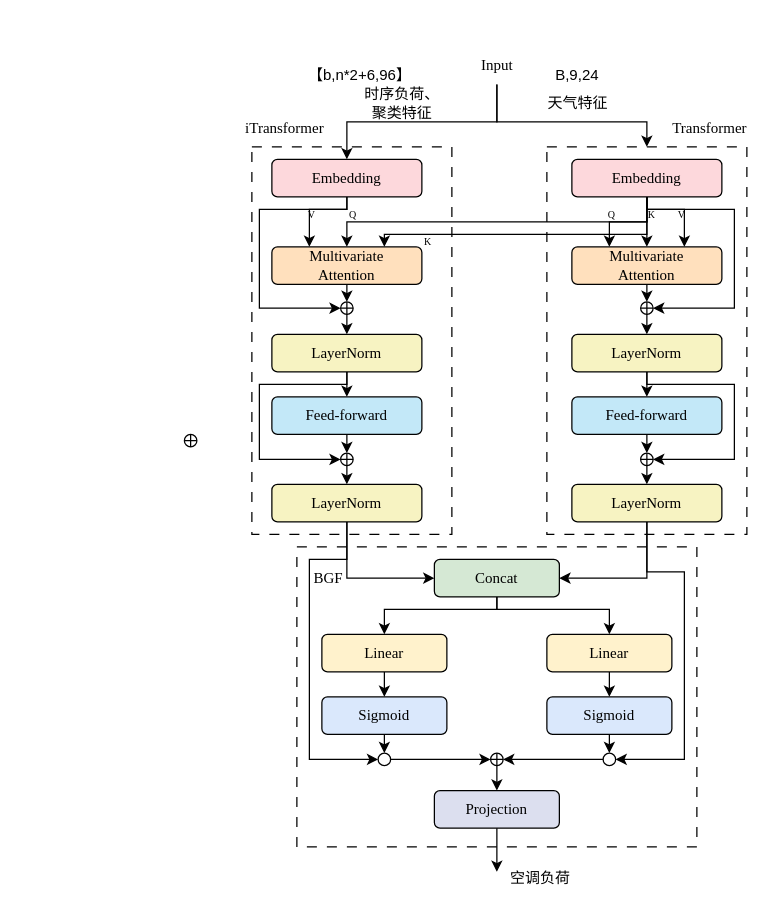
Arete-FFF/PicGo keeps this draw.io diagram as Draw.io/研究生毕设/混合 itransformer 模型.drawio. Above is the earlier version. Source tidied: cells renumbered, new cells numbered last; positions are measured from the earlier drawing's top-left corner, leaving out a move shared by most shapes. Both pictures are drawn from the tidied source at 125%, with x=0, y=0 at pixel (21, 21).
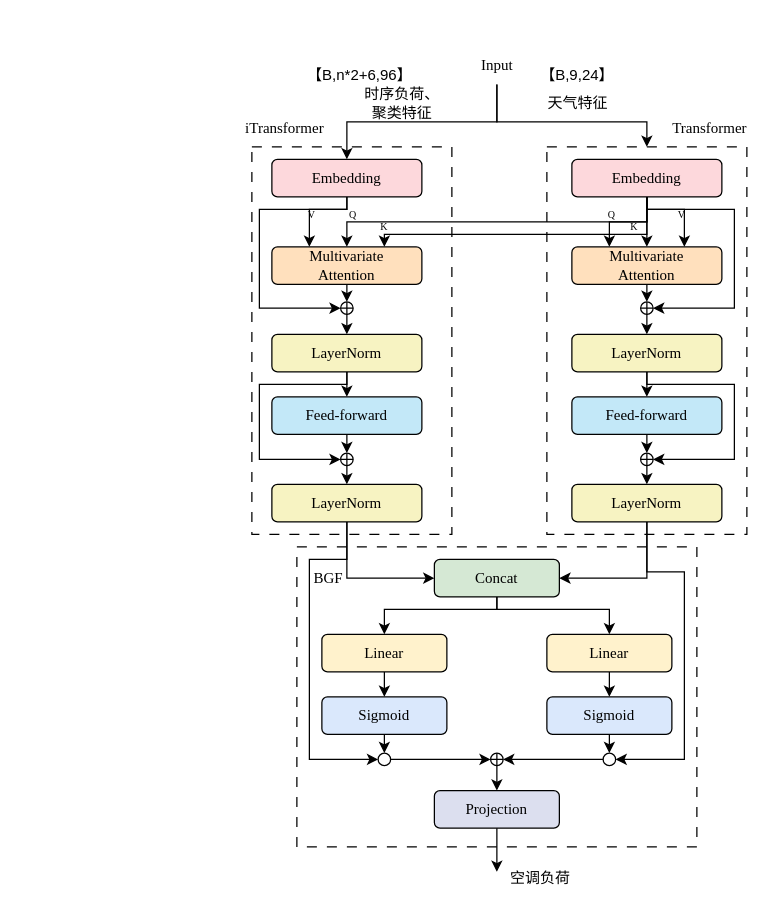
Above is the later version.

Commit message (it also covers changes not shown here):
更新混合 itransformer 模型.drawio

What changed in the source:
```diff
@@
     <mxCell id="9" value="&lt;span style=&quot;font-size: 8px;&quot;&gt;K&lt;/span&gt;" style="text;html=1;align=center;verticalAlign=middle;whiteSpace=wrap;rounded=0;fontFamily=Times New Roman;" parent="1" vertex="1">
-      <mxGeometry x="320" y="170" width="10" height="10" as="geometry" />
+      <mxGeometry x="285" y="158" width="10" height="10" as="geometry" />
     </mxCell>
@@
-    <mxCell id="27" style="group;fontFamily=Times New Roman;" parent="1" vertex="1">
-      <mxGeometry x="130" y="330" width="10" height="10" as="geometry" />
-    </mxCell>
-    <mxCell id="28" style="ellipse;whiteSpace=wrap;html=1;fillColor=none;fontFamily=Times New Roman;" parent="27" vertex="1">
-      <mxGeometry width="10" height="10" as="geometry" />
-    </mxCell>
-    <mxCell id="29" style="endArrow=none;html=1;rounded=0;exitX=0;exitY=0.5;exitDx=0;exitDy=0;fontFamily=Times New Roman;" parent="27" edge="1" source="28">
-      <mxGeometry relative="1" as="geometry">
-        <mxPoint x="10" y="5" as="targetPoint" />
-      </mxGeometry>
-    </mxCell>
-    <mxCell id="30" style="endArrow=none;html=1;rounded=0;entryX=0.5;entryY=0;entryDx=0;entryDy=0;exitX=0.5;exitY=1;exitDx=0;exitDy=0;fontFamily=Times New Roman;" parent="27" edge="1" source="28" target="28">
-      <mxGeometry relative="1" as="geometry" />
-    </mxCell>
@@
     <mxCell id="58" value="&lt;span style=&quot;font-size: 8px;&quot;&gt;K&lt;/span&gt;" style="text;html=1;align=center;verticalAlign=middle;whiteSpace=wrap;rounded=0;fontFamily=Times New Roman;" parent="1" vertex="1">
-      <mxGeometry x="499" y="148" width="10" height="10" as="geometry" />
+      <mxGeometry x="485" y="158" width="10" height="10" as="geometry" />
     </mxCell>
@@
-    <mxCell id="97" value="【b,n*2+6,96】" style="text;html=1;align=center;verticalAlign=middle;strokeColor=none;fillColor=none;" parent="1" vertex="1">
+    <mxCell id="97" value="【B,n*2+6,96】" style="text;html=1;align=center;verticalAlign=middle;strokeColor=none;fillColor=none;" parent="1" vertex="1">
       <mxGeometry x="215" y="28" width="110" height="30" as="geometry" />
     </mxCell>
-    <mxCell id="98" value="B,9,24" style="text;html=1;align=center;verticalAlign=middle;strokeColor=none;fillColor=none;" parent="1" vertex="1">
-      <mxGeometry x="414" y="28" width="60" height="30" as="geometry" />
+    <mxCell id="98" value="【B,9,24】" style="text;html=1;align=center;verticalAlign=middle;strokeColor=none;fillColor=none;" parent="1" vertex="1">
+      <mxGeometry x="404" y="28" width="80" height="30" as="geometry" />
     </mxCell>
```
